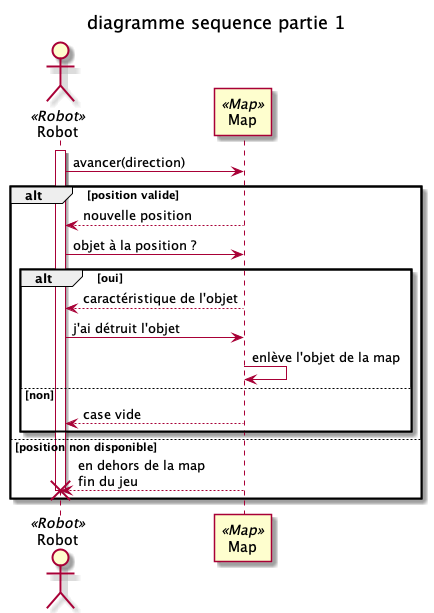
Earlier version of the PlantUML export files/uml/diagrammeSequencePart1.png (AlphaBooy/Mars-Robot).
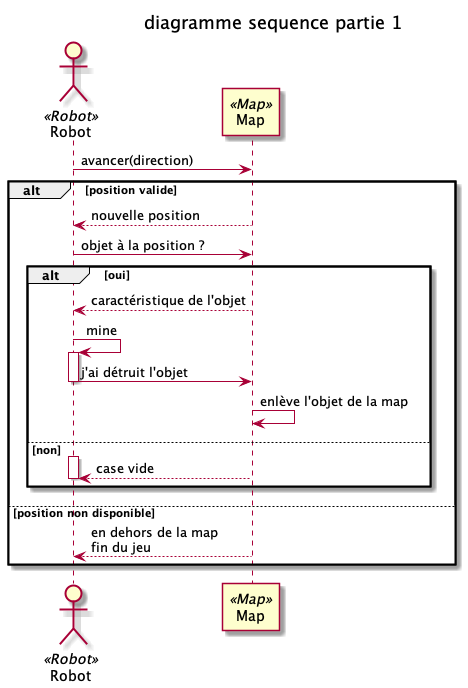
The same diagram one commit later.

The edit, as a diff of the source:
```diff
@@ -1,23 +1,32 @@
 @startuml diagrammeSequencePart1
+!pragma teoz true
 title diagramme sequence partie 1
 actor Robot as Robot <<Robot>>
 participant Map as Map <<Map>>
-activate Robot
+
 Robot -> Map : avancer(direction)
 alt position valide
 Map --> Robot : nouvelle position
 Robot -> Map : objet à la position ?
 
 alt oui
-Map --> Robot : caractéristique de l'objet
+
+Map --> Robot: caractéristique de l'objet
+Robot -> Robot ++: mine
+deactivate Robot
 Robot -> Map : j'ai détruit l'objet
+
 Map -> Map : enlève l'objet de la map
 else non
+activate Robot
 Map --> Robot : case vide
+deactivate Robot
+
+
 end
 else position non disponible
 Map --> Robot : en dehors de la map\nfin du jeu
 destroy Robot
-deactivate Robot
+
 end
 @enduml
```
